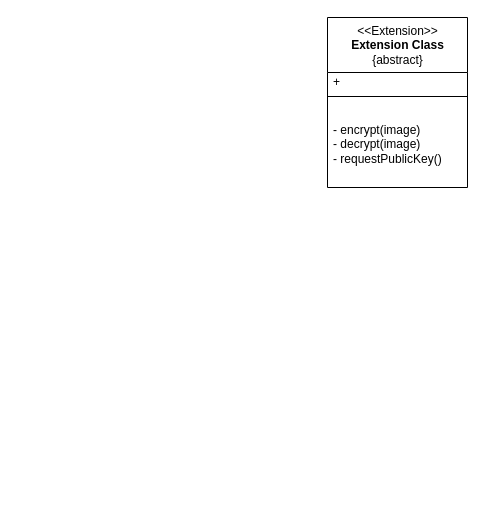
Before: a3 UML Classes.drawio in dnguyen1648/software-engineering-proj, a draw.io diagram. Source tidied: cells renumbered, new cells numbered last; positions are measured from the earlier drawing's top-left corner, leaving out a move shared by most shapes. Both pictures are drawn from the tidied source at 100%, with x=0, y=0 at pixel (327, 17).
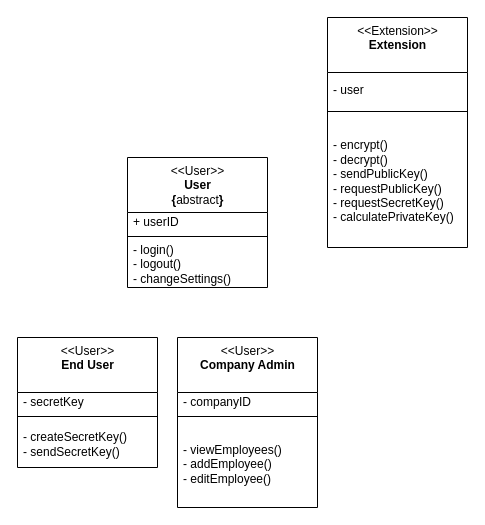
After the change.

Change to the diagram source:
```diff
@@
 <mxGraphModel>
   <root>
     <mxCell id="0" />
     <mxCell id="1" parent="0" />
-    <mxCell id="2" value="&amp;lt;&amp;lt;Extension&amp;gt;&amp;gt;&lt;br&gt;&lt;b&gt;Extension Class&lt;/b&gt;&lt;br&gt;{abstract}" style="swimlane;fontStyle=0;align=center;verticalAlign=top;horizontal=1;startSize=55;html=1;" parent="1" vertex="1">
-      <mxGeometry width="140" height="170" as="geometry" />
+    <mxCell id="2" value="&amp;lt;&amp;lt;Extension&amp;gt;&amp;gt;&lt;br&gt;&lt;b&gt;Extension&lt;/b&gt;" style="swimlane;fontStyle=0;align=center;verticalAlign=top;horizontal=1;startSize=55;html=1;" parent="1" vertex="1">
+      <mxGeometry width="140" height="230" as="geometry" />
     </mxCell>
-    <mxCell id="3" value="+&amp;nbsp;" style="text;html=1;strokeColor=none;fillColor=none;align=left;verticalAlign=middle;spacingLeft=4;spacingRight=4;overflow=hidden;" parent="2" vertex="1">
-      <mxGeometry y="55" width="140" height="20" as="geometry" />
+    <mxCell id="3" value="- user" style="text;html=1;strokeColor=none;fillColor=none;align=left;verticalAlign=middle;spacingLeft=4;spacingRight=4;overflow=hidden;" parent="2" vertex="1">
+      <mxGeometry y="55" width="140" height="35" as="geometry" />
     </mxCell>
     <mxCell id="4" style="line;strokeWidth=1;fillColor=none;align=left;verticalAlign=middle;spacingTop=-1;spacingLeft=3;spacingRight=3;labelPosition=right;" parent="2" vertex="1">
-      <mxGeometry y="75" width="140" height="8" as="geometry" />
+      <mxGeometry y="90" width="140" height="8" as="geometry" />
     </mxCell>
-    <mxCell id="5" value="- encrypt(image)&lt;br&gt;- decrypt(image)&lt;br&gt;- requestPublicKey()" style="text;html=1;strokeColor=none;fillColor=none;align=left;verticalAlign=middle;spacingLeft=4;spacingRight=4;overflow=hidden;" parent="2" vertex="1">
-      <mxGeometry y="83" width="140" height="87" as="geometry" />
+    <mxCell id="5" value="- encrypt()&lt;br&gt;- decrypt()&lt;br&gt;- sendPublicKey()&lt;br&gt;- requestPublicKey()&lt;br&gt;- requestSecretKey()&lt;br&gt;- calculatePrivateKey()" style="text;html=1;strokeColor=none;fillColor=none;align=left;verticalAlign=middle;spacingLeft=4;spacingRight=4;overflow=hidden;" parent="2" vertex="1">
+      <mxGeometry y="98" width="140" height="132" as="geometry" />
     </mxCell>
+    <mxCell id="6" value="&amp;lt;&amp;lt;User&amp;gt;&amp;gt;&lt;br&gt;&lt;b&gt;User&lt;br&gt;{&lt;/b&gt;abstract&lt;b&gt;}&lt;br&gt;&lt;/b&gt;" style="swimlane;fontStyle=0;align=center;verticalAlign=top;horizontal=1;startSize=55;html=1;" parent="1" vertex="1">
+      <mxGeometry x="-200" y="140" width="140" height="130" as="geometry" />
+    </mxCell>
+    <mxCell id="7" value="+ userID" style="text;html=1;strokeColor=none;fillColor=none;align=left;verticalAlign=middle;spacingLeft=4;spacingRight=4;overflow=hidden;" parent="6" vertex="1">
+      <mxGeometry y="55" width="140" height="20" as="geometry" />
+    </mxCell>
+    <mxCell id="8" style="line;strokeWidth=1;fillColor=none;align=left;verticalAlign=middle;spacingTop=-1;spacingLeft=3;spacingRight=3;labelPosition=right;" parent="6" vertex="1">
+      <mxGeometry y="75" width="140" height="8" as="geometry" />
+    </mxCell>
+    <mxCell id="9" value="- login()&lt;br&gt;- logout()&lt;br&gt;- changeSettings()" style="text;html=1;strokeColor=none;fillColor=none;align=left;verticalAlign=middle;spacingLeft=4;spacingRight=4;overflow=hidden;" parent="6" vertex="1">
+      <mxGeometry y="83" width="140" height="47" as="geometry" />
+    </mxCell>
+    <mxCell id="10" value="&amp;lt;&amp;lt;User&amp;gt;&amp;gt;&lt;br&gt;&lt;b&gt;End User&lt;/b&gt;" style="swimlane;fontStyle=0;align=center;verticalAlign=top;horizontal=1;startSize=55;html=1;" parent="1" vertex="1">
+      <mxGeometry x="-310" y="320" width="140" height="130" as="geometry" />
+    </mxCell>
+    <mxCell id="11" value="- secretKey" style="text;html=1;strokeColor=none;fillColor=none;align=left;verticalAlign=middle;spacingLeft=4;spacingRight=4;overflow=hidden;" parent="10" vertex="1">
+      <mxGeometry y="55" width="140" height="20" as="geometry" />
+    </mxCell>
+    <mxCell id="12" style="line;strokeWidth=1;fillColor=none;align=left;verticalAlign=middle;spacingTop=-1;spacingLeft=3;spacingRight=3;labelPosition=right;" parent="10" vertex="1">
+      <mxGeometry y="75" width="140" height="8" as="geometry" />
+    </mxCell>
+    <mxCell id="13" value="- createSecretKey()&lt;br&gt;- sendSecretKey()" style="text;html=1;strokeColor=none;fillColor=none;align=left;verticalAlign=middle;spacingLeft=4;spacingRight=4;overflow=hidden;" parent="10" vertex="1">
+      <mxGeometry y="83" width="140" height="47" as="geometry" />
+    </mxCell>
+    <mxCell id="14" value="&amp;lt;&amp;lt;User&amp;gt;&amp;gt;&lt;br&gt;&lt;b&gt;Company Admin&lt;/b&gt;" style="swimlane;fontStyle=0;align=center;verticalAlign=top;horizontal=1;startSize=55;html=1;" parent="1" vertex="1">
+      <mxGeometry x="-150" y="320" width="140" height="170" as="geometry" />
+    </mxCell>
+    <mxCell id="15" value="- companyID" style="text;html=1;strokeColor=none;fillColor=none;align=left;verticalAlign=middle;spacingLeft=4;spacingRight=4;overflow=hidden;" parent="14" vertex="1">
+      <mxGeometry y="55" width="140" height="20" as="geometry" />
+    </mxCell>
+    <mxCell id="16" style="line;strokeWidth=1;fillColor=none;align=left;verticalAlign=middle;spacingTop=-1;spacingLeft=3;spacingRight=3;labelPosition=right;" parent="14" vertex="1">
+      <mxGeometry y="75" width="140" height="8" as="geometry" />
+    </mxCell>
+    <mxCell id="17" value="- viewEmployees()&lt;br&gt;- addEmployee()&lt;br&gt;- editEmployee()" style="text;html=1;strokeColor=none;fillColor=none;align=left;verticalAlign=middle;spacingLeft=4;spacingRight=4;overflow=hidden;" parent="14" vertex="1">
+      <mxGeometry y="83" width="140" height="87" as="geometry" />
+    </mxCell>
   </root>
 </mxGraphModel>
```
